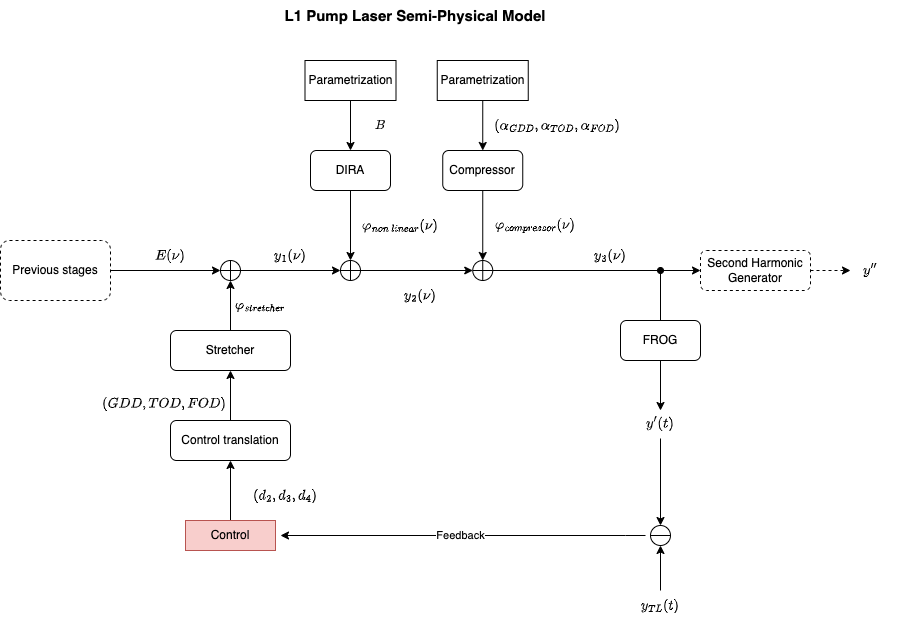
Earlier version of the draw.io export notebooks/img/semi-physical_model.png (fracapuano/TempoRL). Source tidied: cells renumbered, new cells last; positions are measured from the earlier drawing's top-left corner, leaving out a move shared by most shapes.
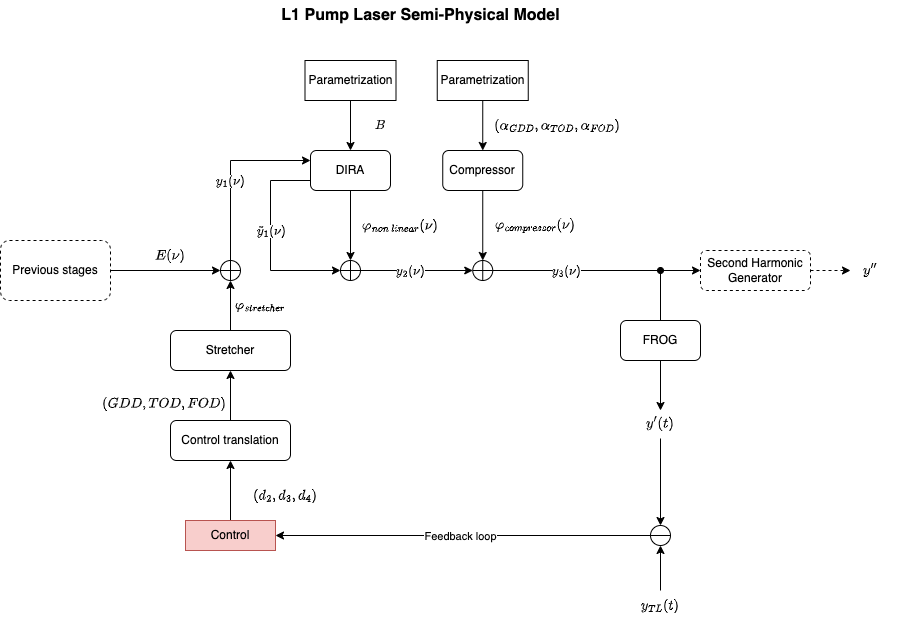
Later version of the same file.

Commit message:
Diagram modification to study DIRA amplification as well

Change to the diagram source:
```diff
@@ -2,21 +2,32 @@
   <root>
     <mxCell id="0" />
     <mxCell id="1" parent="0" />
-    <mxCell id="2" style="edgeStyle=orthogonalEdgeStyle;rounded=0;jettySize=auto;html=1;entryX=0.5;entryY=1;entryDx=0;entryDy=0;" parent="1" edge="1" source="3" target="5">
-      <mxGeometry relative="1" as="geometry" />
-    </mxCell>
+    <mxCell id="49" style="edgeStyle=orthogonalEdgeStyle;rounded=0;jettySize=auto;html=1;entryX=0.5;entryY=1;entryDx=0;entryDy=0;" parent="1" edge="1" source="3" target="51">
+      <mxGeometry relative="1" as="geometry" />
+    </mxCell>
     <mxCell id="3" value="Stretcher" style="rounded=1;whiteSpace=wrap;html=1;" parent="1" vertex="1">
       <mxGeometry x="170" y="330" width="120" height="40" as="geometry" />
     </mxCell>
-    <mxCell id="4" style="edgeStyle=orthogonalEdgeStyle;rounded=0;jettySize=auto;html=1;entryX=0;entryY=0.5;entryDx=0;entryDy=0;" parent="1" edge="1" source="5" target="19">
-      <mxGeometry relative="1" as="geometry" />
-    </mxCell>
-    <mxCell id="5" style="shape=orEllipse;perimeter=ellipsePerimeter;whiteSpace=wrap;html=1;backgroundOutline=1;" parent="1" vertex="1">
-      <mxGeometry x="220" y="260" width="20" height="20" as="geometry" />
-    </mxCell>
-    <mxCell id="6" style="edgeStyle=orthogonalEdgeStyle;rounded=0;jettySize=auto;html=1;entryX=0;entryY=0.5;entryDx=0;entryDy=0;" parent="1" edge="1" source="7" target="5">
-      <mxGeometry relative="1" as="geometry" />
-    </mxCell>
+    <mxCell id="50" style="edgeStyle=orthogonalEdgeStyle;rounded=0;jettySize=auto;html=1;exitX=0.5;exitY=0;exitDx=0;exitDy=0;" parent="1" edge="1" source="51">
+      <mxGeometry relative="1" as="geometry">
+        <mxPoint x="310" y="160" as="targetPoint" />
+        <Array as="points">
+          <mxPoint x="230" y="160" />
+          <mxPoint x="310" y="160" />
+        </Array>
+      </mxGeometry>
+    </mxCell>
+    <mxCell id="24" value="$$y_1(\nu)$$" style="edgeLabel;html=1;align=center;verticalAlign=middle;" parent="50" vertex="1">
+      <mxGeometry x="0.33" y="1" relative="1" as="geometry">
+        <mxPoint x="-21" y="21" as="offset" />
+      </mxGeometry>
+    </mxCell>
+    <mxCell id="51" style="shape=orEllipse;perimeter=ellipsePerimeter;whiteSpace=wrap;html=1;backgroundOutline=1;" parent="1" vertex="1">
+      <mxGeometry x="220" y="260" width="20" height="20" as="geometry" />
+    </mxCell>
+    <mxCell id="52" style="edgeStyle=orthogonalEdgeStyle;rounded=0;jettySize=auto;html=1;entryX=0;entryY=0.5;entryDx=0;entryDy=0;" parent="1" edge="1" source="7" target="51">
+      <mxGeometry relative="1" as="geometry" />
+    </mxCell>
     <mxCell id="7" value="Previous stages" style="rounded=1;whiteSpace=wrap;html=1;dashed=1;" parent="1" vertex="1">
       <mxGeometry y="240" width="110" height="60" as="geometry" />
     </mxCell>
@@ -44,119 +55,126 @@
     <mxCell id="15" value="$$(d_2, d_3, d_4)$$" style="text;html=1;strokeColor=none;fillColor=none;align=center;verticalAlign=middle;whiteSpace=wrap;rounded=0;" parent="1" vertex="1">
       <mxGeometry x="250" y="490" width="70" height="10" as="geometry" />
     </mxCell>
-    <mxCell id="16" style="edgeStyle=orthogonalEdgeStyle;rounded=0;jettySize=auto;html=1;entryX=0.5;entryY=0;entryDx=0;entryDy=0;" parent="1" edge="1" source="17" target="19">
-      <mxGeometry relative="1" as="geometry" />
-    </mxCell>
+    <mxCell id="53" style="edgeStyle=orthogonalEdgeStyle;rounded=0;jettySize=auto;html=1;entryX=0.5;entryY=0;entryDx=0;entryDy=0;" parent="1" edge="1" source="17" target="57">
+      <mxGeometry relative="1" as="geometry" />
+    </mxCell>
+    <mxCell id="54" style="edgeStyle=orthogonalEdgeStyle;rounded=0;jettySize=auto;html=1;exitX=0;exitY=0.75;exitDx=0;exitDy=0;entryX=0;entryY=0.5;entryDx=0;entryDy=0;" parent="1" edge="1" source="17" target="57">
+      <mxGeometry relative="1" as="geometry">
+        <Array as="points">
+          <mxPoint x="270" y="180" />
+          <mxPoint x="270" y="270" />
+        </Array>
+      </mxGeometry>
+    </mxCell>
+    <mxCell id="55" value="$$\tilde{y}_1(\nu)$$" style="edgeLabel;html=1;align=center;verticalAlign=middle;" parent="54" vertex="1">
+      <mxGeometry x="-0.24" y="-1" relative="1" as="geometry">
+        <mxPoint x="1" y="14" as="offset" />
+      </mxGeometry>
+    </mxCell>
     <mxCell id="17" value="DIRA" style="rounded=1;whiteSpace=wrap;html=1;" parent="1" vertex="1">
       <mxGeometry x="310" y="150" width="80" height="40" as="geometry" />
     </mxCell>
-    <mxCell id="18" style="edgeStyle=orthogonalEdgeStyle;rounded=0;jettySize=auto;html=1;entryX=0;entryY=0.5;entryDx=0;entryDy=0;" parent="1" edge="1" source="19" target="26">
-      <mxGeometry relative="1" as="geometry" />
-    </mxCell>
-    <mxCell id="19" style="shape=orEllipse;perimeter=ellipsePerimeter;whiteSpace=wrap;html=1;backgroundOutline=1;" parent="1" vertex="1">
-      <mxGeometry x="340" y="260" width="20" height="20" as="geometry" />
-    </mxCell>
-    <mxCell id="20" style="edgeStyle=orthogonalEdgeStyle;rounded=0;jettySize=auto;html=1;entryX=0.5;entryY=0;entryDx=0;entryDy=0;" parent="1" edge="1" source="21" target="17">
-      <mxGeometry relative="1" as="geometry" />
-    </mxCell>
-    <mxCell id="21" value="Parametrization" style="rounded=0;whiteSpace=wrap;html=1;" parent="1" vertex="1">
-      <mxGeometry x="304.5" y="60" width="91" height="40" as="geometry" />
-    </mxCell>
+    <mxCell id="56" style="edgeStyle=orthogonalEdgeStyle;rounded=0;jettySize=auto;html=1;entryX=0;entryY=0.5;entryDx=0;entryDy=0;" parent="1" edge="1" source="57" target="61">
+      <mxGeometry relative="1" as="geometry" />
+    </mxCell>
+    <mxCell id="27" value="$$y_2(\nu)$$" style="edgeLabel;html=1;align=center;verticalAlign=middle;" parent="56" vertex="1">
+      <mxGeometry x="-0.2" relative="1" as="geometry">
+        <mxPoint x="5" as="offset" />
+      </mxGeometry>
+    </mxCell>
+    <mxCell id="57" style="shape=orEllipse;perimeter=ellipsePerimeter;whiteSpace=wrap;html=1;backgroundOutline=1;" parent="1" vertex="1">
+      <mxGeometry x="340" y="260" width="20" height="20" as="geometry" />
+    </mxCell>
+    <mxCell id="58" style="edgeStyle=orthogonalEdgeStyle;rounded=0;jettySize=auto;html=1;entryX=0.5;entryY=0;entryDx=0;entryDy=0;" parent="1" edge="1" source="59" target="17">
+      <mxGeometry relative="1" as="geometry" />
+    </mxCell>
+    <mxCell id="59" value="Parametrization" style="rounded=0;whiteSpace=wrap;html=1;" parent="1" vertex="1">
+      <mxGeometry x="304.5" y="60" width="91" height="40" as="geometry" />
+    </mxCell>
     <mxCell id="22" value="$$B$$" style="text;html=1;strokeColor=none;fillColor=none;align=center;verticalAlign=middle;whiteSpace=wrap;rounded=0;" parent="1" vertex="1">
       <mxGeometry x="350" y="110" width="60" height="30" as="geometry" />
     </mxCell>
     <mxCell id="23" value="$$\varphi_{non\ linear}(\nu)$$" style="text;html=1;strokeColor=none;fillColor=none;align=center;verticalAlign=middle;whiteSpace=wrap;rounded=0;" parent="1" vertex="1">
       <mxGeometry x="370" y="210" width="60" height="30" as="geometry" />
     </mxCell>
-    <mxCell id="24" value="$$y_1(\nu)$$" style="text;html=1;strokeColor=none;fillColor=none;align=center;verticalAlign=middle;whiteSpace=wrap;rounded=0;" parent="1" vertex="1">
-      <mxGeometry x="260" y="240" width="60" height="30" as="geometry" />
-    </mxCell>
-    <mxCell id="25" style="edgeStyle=orthogonalEdgeStyle;rounded=0;jettySize=auto;html=1;" parent="1" edge="1" source="26" target="35">
-      <mxGeometry relative="1" as="geometry" />
-    </mxCell>
-    <mxCell id="26" style="shape=orEllipse;perimeter=ellipsePerimeter;whiteSpace=wrap;html=1;backgroundOutline=1;" parent="1" vertex="1">
-      <mxGeometry x="472.2" y="260" width="20" height="20" as="geometry" />
-    </mxCell>
-    <mxCell id="27" value="$$y_2(\nu)$$" style="text;html=1;strokeColor=none;fillColor=none;align=center;verticalAlign=middle;whiteSpace=wrap;rounded=0;" parent="1" vertex="1">
-      <mxGeometry x="390" y="280" width="60" height="30" as="geometry" />
-    </mxCell>
-    <mxCell id="28" style="edgeStyle=orthogonalEdgeStyle;rounded=0;jettySize=auto;html=1;entryX=0.5;entryY=0;entryDx=0;entryDy=0;" parent="1" edge="1" source="29" target="26">
-      <mxGeometry relative="1" as="geometry" />
-    </mxCell>
+    <mxCell id="60" style="edgeStyle=orthogonalEdgeStyle;rounded=0;jettySize=auto;html=1;" parent="1" edge="1" source="61" target="35">
+      <mxGeometry relative="1" as="geometry" />
+    </mxCell>
+    <mxCell id="38" value="$$y_3(\nu)$$" style="edgeLabel;html=1;align=center;verticalAlign=middle;" parent="60" vertex="1">
+      <mxGeometry x="-0.4" relative="1" as="geometry">
+        <mxPoint x="11" as="offset" />
+      </mxGeometry>
+    </mxCell>
+    <mxCell id="61" style="shape=orEllipse;perimeter=ellipsePerimeter;whiteSpace=wrap;html=1;backgroundOutline=1;" parent="1" vertex="1">
+      <mxGeometry x="472.2" y="260" width="20" height="20" as="geometry" />
+    </mxCell>
+    <mxCell id="62" style="edgeStyle=orthogonalEdgeStyle;rounded=0;jettySize=auto;html=1;entryX=0.5;entryY=0;entryDx=0;entryDy=0;" parent="1" edge="1" source="29" target="61">
+      <mxGeometry relative="1" as="geometry" />
+    </mxCell>
     <mxCell id="29" value="Compressor" style="rounded=1;whiteSpace=wrap;html=1;" parent="1" vertex="1">
       <mxGeometry x="442.2" y="150" width="80" height="40" as="geometry" />
     </mxCell>
-    <mxCell id="30" style="edgeStyle=orthogonalEdgeStyle;rounded=0;jettySize=auto;html=1;entryX=0.5;entryY=0;entryDx=0;entryDy=0;" parent="1" edge="1" source="31" target="29">
-      <mxGeometry relative="1" as="geometry" />
-    </mxCell>
-    <mxCell id="31" value="Parametrization" style="rounded=0;whiteSpace=wrap;html=1;" parent="1" vertex="1">
-      <mxGeometry x="436.8" y="60" width="91" height="40" as="geometry" />
-    </mxCell>
+    <mxCell id="63" style="edgeStyle=orthogonalEdgeStyle;rounded=0;jettySize=auto;html=1;entryX=0.5;entryY=0;entryDx=0;entryDy=0;" parent="1" edge="1" source="64" target="29">
+      <mxGeometry relative="1" as="geometry" />
+    </mxCell>
+    <mxCell id="64" value="Parametrization" style="rounded=0;whiteSpace=wrap;html=1;" parent="1" vertex="1">
+      <mxGeometry x="436.8" y="60" width="91" height="40" as="geometry" />
+    </mxCell>
     <mxCell id="32" value="$$(\alpha_{GDD}, \alpha_{TOD}, \alpha_{FOD})$$" style="text;html=1;strokeColor=none;fillColor=none;align=center;verticalAlign=middle;whiteSpace=wrap;rounded=0;" parent="1" vertex="1">
       <mxGeometry x="492.2" y="120" width="130" height="10" as="geometry" />
     </mxCell>
     <mxCell id="33" value="$$\varphi_{compressor} (\nu)$$" style="text;html=1;strokeColor=none;fillColor=none;align=center;verticalAlign=middle;whiteSpace=wrap;rounded=0;" parent="1" vertex="1">
       <mxGeometry x="505" y="210" width="60" height="30" as="geometry" />
     </mxCell>
-    <mxCell id="34" style="edgeStyle=orthogonalEdgeStyle;rounded=0;jettySize=auto;html=1;dashed=1;" parent="1" edge="1" source="35">
-      <mxGeometry relative="1" as="geometry">
-        <mxPoint x="850" y="270" as="targetPoint" />
-      </mxGeometry>
-    </mxCell>
+    <mxCell id="65" style="edgeStyle=orthogonalEdgeStyle;rounded=0;jettySize=auto;html=1;dashed=1;" parent="1" edge="1" source="35">
+      <mxGeometry relative="1" as="geometry">
+        <mxPoint x="850" y="270" as="targetPoint" />
+      </mxGeometry>
+    </mxCell>
     <mxCell id="35" value="Second Harmonic Generator" style="rounded=1;whiteSpace=wrap;html=1;dashed=1;" parent="1" vertex="1">
       <mxGeometry x="700" y="250" width="110" height="40" as="geometry" />
     </mxCell>
     <mxCell id="36" value="$$y''$$" style="text;html=1;strokeColor=none;fillColor=none;align=center;verticalAlign=middle;whiteSpace=wrap;rounded=0;dashed=1;" parent="1" vertex="1">
       <mxGeometry x="840" y="255" width="60" height="30" as="geometry" />
     </mxCell>
-    <mxCell id="37" style="endArrow=oval;html=1;rounded=0;endFill=1;exitX=0.5;exitY=0;exitDx=0;exitDy=0;" parent="1" edge="1" source="40">
-      <mxGeometry relative="1" as="geometry">
-        <mxPoint x="660" y="270" as="targetPoint" />
-      </mxGeometry>
-    </mxCell>
-    <mxCell id="38" value="$$y_3(\nu)$$" style="text;html=1;strokeColor=none;fillColor=none;align=center;verticalAlign=middle;whiteSpace=wrap;rounded=0;" parent="1" vertex="1">
-      <mxGeometry x="580" y="240" width="60" height="30" as="geometry" />
-    </mxCell>
-    <mxCell id="39" style="edgeStyle=orthogonalEdgeStyle;rounded=0;jettySize=auto;html=1;endArrow=classic;endFill=1;" parent="1" edge="1" source="40">
-      <mxGeometry relative="1" as="geometry">
-        <mxPoint x="660" y="410" as="targetPoint" />
-      </mxGeometry>
-    </mxCell>
+    <mxCell id="66" style="endArrow=oval;html=1;rounded=0;endFill=1;exitX=0.5;exitY=0;exitDx=0;exitDy=0;" parent="1" edge="1" source="40">
+      <mxGeometry relative="1" as="geometry">
+        <mxPoint x="660" y="270" as="targetPoint" />
+      </mxGeometry>
+    </mxCell>
+    <mxCell id="67" style="edgeStyle=orthogonalEdgeStyle;rounded=0;jettySize=auto;html=1;endArrow=classic;endFill=1;" parent="1" edge="1" source="40">
+      <mxGeometry relative="1" as="geometry">
+        <mxPoint x="660" y="410" as="targetPoint" />
+      </mxGeometry>
+    </mxCell>
     <mxCell id="40" value="FROG" style="rounded=1;whiteSpace=wrap;html=1;" parent="1" vertex="1">
       <mxGeometry x="620" y="320" width="80" height="40" as="geometry" />
     </mxCell>
-    <mxCell id="41" style="edgeStyle=orthogonalEdgeStyle;rounded=0;jettySize=auto;html=1;entryX=0.5;entryY=0;entryDx=0;entryDy=0;endArrow=classic;endFill=1;" parent="1" edge="1" source="42" target="45">
-      <mxGeometry relative="1" as="geometry" />
-    </mxCell>
+    <mxCell id="68" style="edgeStyle=orthogonalEdgeStyle;rounded=0;jettySize=auto;html=1;entryX=0.5;entryY=0;entryDx=0;entryDy=0;endArrow=classic;endFill=1;" parent="1" edge="1" source="42" target="71">
+      <mxGeometry relative="1" as="geometry" />
+    </mxCell>
     <mxCell id="42" value="$$y'(t)$$" style="text;html=1;strokeColor=none;fillColor=none;align=center;verticalAlign=middle;whiteSpace=wrap;rounded=0;" parent="1" vertex="1">
       <mxGeometry x="630" y="408" width="60" height="30" as="geometry" />
     </mxCell>
-    <mxCell id="43" style="edgeStyle=orthogonalEdgeStyle;rounded=0;orthogonalLoop=1;jettySize=auto;html=1;entryX=1;entryY=0.5;entryDx=0;entryDy=0;endArrow=classic;endFill=1;" parent="1" edge="1">
-      <mxGeometry relative="1" as="geometry">
-        <mxPoint x="645" y="535" as="sourcePoint" />
-        <mxPoint x="280" y="535" as="targetPoint" />
-        <Array as="points">
-          <mxPoint x="625" y="535" />
-          <mxPoint x="625" y="535" />
-        </Array>
-      </mxGeometry>
-    </mxCell>
-    <mxCell id="44" value="Feedback" style="edgeLabel;html=1;align=center;verticalAlign=middle;" parent="43" vertex="1">
-      <mxGeometry x="0.02" y="5" relative="1" as="geometry">
-        <mxPoint y="-5" as="offset" />
-      </mxGeometry>
-    </mxCell>
-    <mxCell id="45" style="shape=lineEllipse;perimeter=ellipsePerimeter;whiteSpace=wrap;html=1;backgroundOutline=1;" parent="1" vertex="1">
-      <mxGeometry x="650" y="525" width="20" height="20" as="geometry" />
-    </mxCell>
-    <mxCell id="46" style="edgeStyle=orthogonalEdgeStyle;rounded=0;jettySize=auto;html=1;entryX=0.5;entryY=1;entryDx=0;entryDy=0;endArrow=classic;endFill=1;" parent="1" edge="1" source="47" target="45">
-      <mxGeometry relative="1" as="geometry" />
-    </mxCell>
+    <mxCell id="69" style="edgeStyle=orthogonalEdgeStyle;rounded=0;jettySize=auto;html=1;entryX=1;entryY=0.5;entryDx=0;entryDy=0;endArrow=classic;endFill=1;" parent="1" edge="1" source="71" target="14">
+      <mxGeometry relative="1" as="geometry" />
+    </mxCell>
+    <mxCell id="70" value="Feedback loop" style="edgeLabel;html=1;align=center;verticalAlign=middle;" parent="69" vertex="1">
+      <mxGeometry x="0.02" y="5" relative="1" as="geometry">
+        <mxPoint y="-5" as="offset" />
+      </mxGeometry>
+    </mxCell>
+    <mxCell id="71" style="shape=lineEllipse;perimeter=ellipsePerimeter;whiteSpace=wrap;html=1;backgroundOutline=1;" parent="1" vertex="1">
+      <mxGeometry x="650" y="525" width="20" height="20" as="geometry" />
+    </mxCell>
+    <mxCell id="72" style="edgeStyle=orthogonalEdgeStyle;rounded=0;jettySize=auto;html=1;entryX=0.5;entryY=1;entryDx=0;entryDy=0;endArrow=classic;endFill=1;" parent="1" edge="1" source="47" target="71">
+      <mxGeometry relative="1" as="geometry" />
+    </mxCell>
     <mxCell id="47" value="$$y_{TL}(t)$$" style="text;html=1;strokeColor=none;fillColor=none;align=center;verticalAlign=middle;whiteSpace=wrap;rounded=0;" parent="1" vertex="1">
       <mxGeometry x="630" y="590" width="60" height="30" as="geometry" />
     </mxCell>
-    <mxCell id="48" value="&lt;b&gt;&lt;font style=&quot;font-size: 15px;&quot;&gt;L1 Pump Laser Semi-Physical Model&lt;/font&gt;&lt;/b&gt;" style="text;html=1;strokeColor=none;fillColor=none;align=center;verticalAlign=middle;whiteSpace=wrap;rounded=0;" parent="1" vertex="1">
-      <mxGeometry x="260" width="310" height="30" as="geometry" />
+    <mxCell id="48" value="&lt;b&gt;&lt;font style=&quot;font-size: 16px;&quot;&gt;L1 Pump Laser Semi-Physical Model&lt;/font&gt;&lt;/b&gt;" style="text;html=1;align=center;verticalAlign=middle;strokeColor=none;fillColor=none;" parent="1" vertex="1">
+      <mxGeometry x="270" width="300" height="30" as="geometry" />
     </mxCell>
   </root>
 </mxGraphModel>
```
